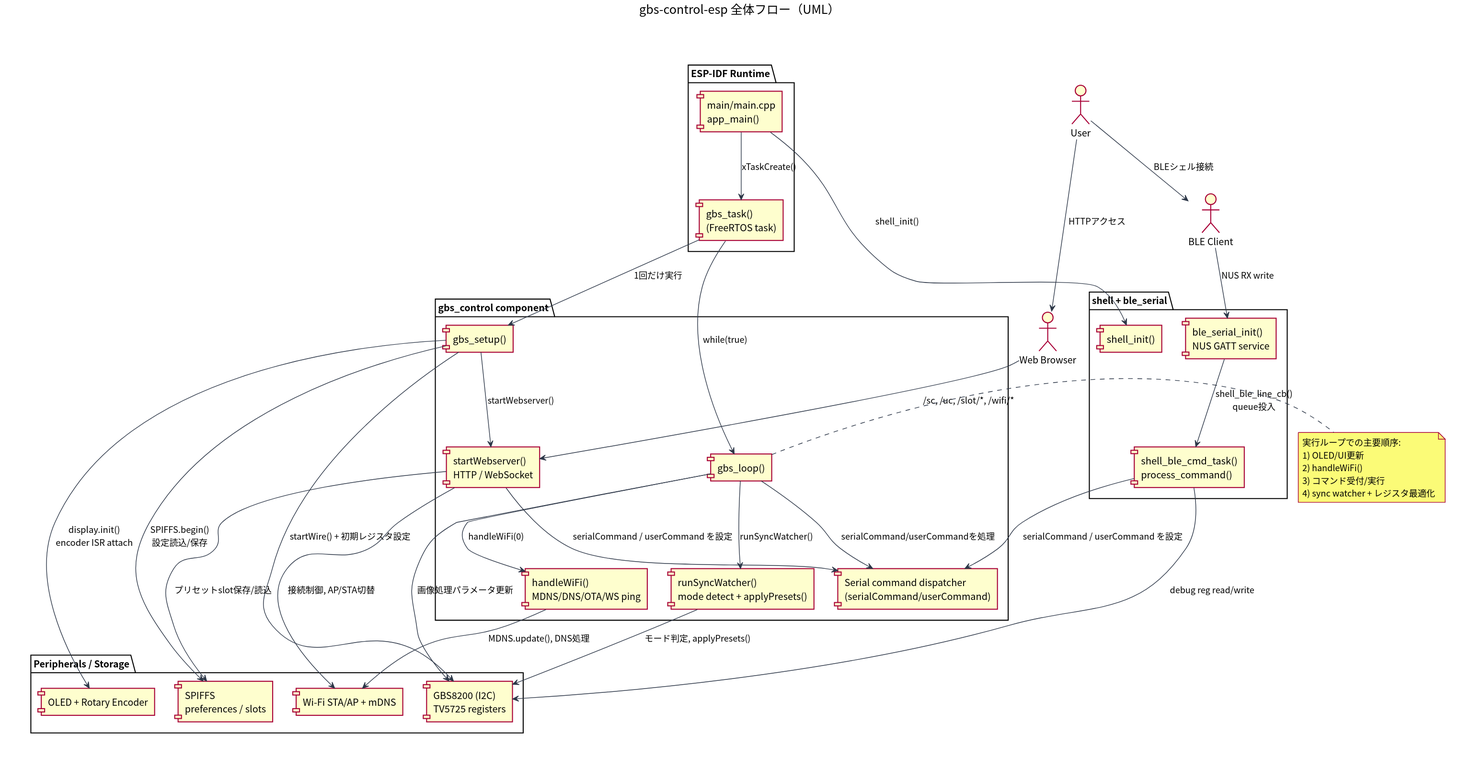
Earlier version of the PlantUML export docs/uml/project_flow.svg (ntsklab/gbs-control).
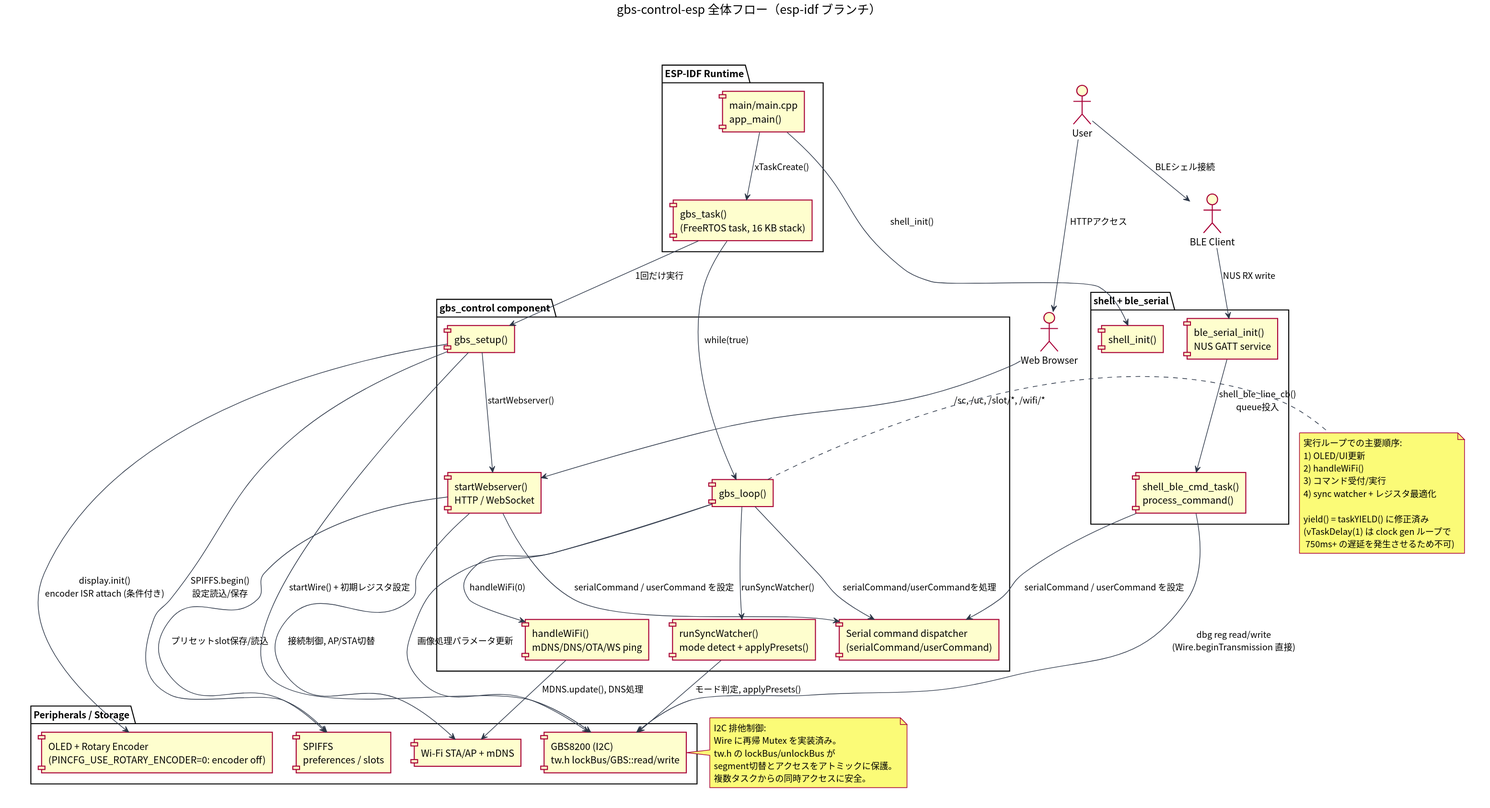
Later version of the same file.

Commit message:
docs+fix: update docs to match implementation, fix yield()

Diff of the diagram source:
```diff
@@ -12,7 +12,7 @@
   FontColor #FFFFFF
 }
 
-title gbs-control-esp 全体フロー（UML）
+title gbs-control-esp 全体フロー（esp-idf ブランチ）
 
 package " " <<canvas>> {
 actor "User" as user
@@ -21,14 +21,14 @@
 
 package "ESP-IDF Runtime" {
   component "main/main.cpp\napp_main()" as app_main
-  component "gbs_task()\n(FreeRTOS task)" as gbs_task
+  component "gbs_task()\n(FreeRTOS task, 16 KB stack)" as gbs_task
 }
 
 package "gbs_control component" {
   component "gbs_setup()" as gbs_setup
   component "gbs_loop()" as gbs_loop
   component "startWebserver()\nHTTP / WebSocket" as web
-  component "handleWiFi()\nMDNS/DNS/OTA/WS ping" as wifi
+  component "handleWiFi()\nmDNS/DNS/OTA/WS ping" as wifi
   component "runSyncWatcher()\nmode detect + applyPresets()" as sync
   component "Serial command dispatcher\n(serialCommand/userCommand)" as cmd
 }
@@ -40,8 +40,8 @@
 }
 
 package "Peripherals / Storage" {
-  component "GBS8200 (I2C)\nTV5725 registers" as gbschip
-  component "OLED + Rotary Encoder" as oled
+  component "GBS8200 (I2C)\ntw.h lockBus/GBS::read/write" as gbschip
+  component "OLED + Rotary Encoder\n(PINCFG_USE_ROTARY_ENCODER=0: encoder off)" as oled
   component "SPIFFS\npreferences / slots" as spiffs
   component "Wi-Fi STA/AP + mDNS" as wlan
 }
@@ -57,7 +57,7 @@
 gbs_setup --> web : startWebserver()
 gbs_setup --> spiffs : SPIFFS.begin()\n設定読込/保存
 gbs_setup --> gbschip : startWire() + 初期レジスタ設定
-gbs_setup --> oled : display.init()\nencoder ISR attach
+gbs_setup --> oled : display.init()\nencoder ISR attach (条件付き)
 
 gbs_task --> gbs_loop : while(true)
 gbs_loop --> wifi : handleWiFi(0)
@@ -73,7 +73,7 @@
 bleclient --> ble : NUS RX write
 ble --> shelltask : shell_ble_line_cb()\nqueue投入
 shelltask --> cmd : serialCommand / userCommand を設定
-shelltask --> gbschip : debug reg read/write
+shelltask --> gbschip : dbg reg read/write\n(Wire.beginTransmission 直接)
 
 wifi --> wlan : MDNS.update(), DNS処理
 sync --> gbschip : モード判定, applyPresets()
@@ -84,6 +84,18 @@
   2) handleWiFi()
   3) コマンド受付/実行
   4) sync watcher + レジスタ最適化
+
+  yield() = taskYIELD() に修正済み
+  (vTaskDelay(1) は clock gen ループで
+   750ms+ の遅延を発生させるため不可)
+end note
+
+note right of gbschip
+  I2C 排他制御:
+  Wire に再帰 Mutex を実装済み。
+  tw.h の lockBus/unlockBus が
+  segment切替とアクセスをアトミックに保護。
+  複数タスクからの同時アクセスに安全。
 end note
 }
 
```
